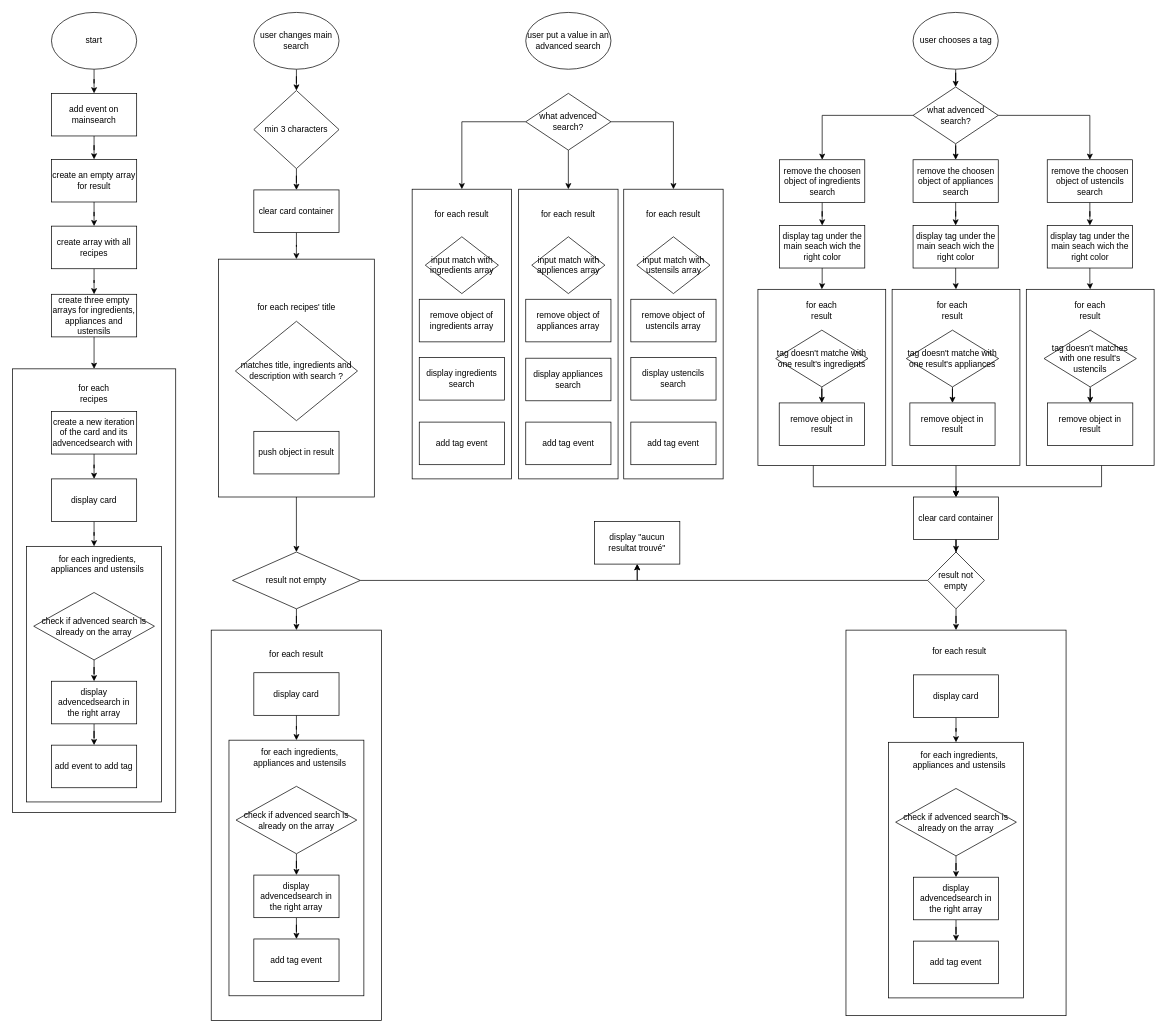
Earlier version of the draw.io diagram algorigramme boucles natives.drawio (madelineGrammatico/Les_Petits_Plats). Source tidied: cells renumbered, new cells numbered last; positions are measured from the earlier drawing's top-left corner, leaving out a move shared by most shapes. Both pictures are drawn from the tidied source at 71%, with x=0, y=0 at pixel (12, 12).
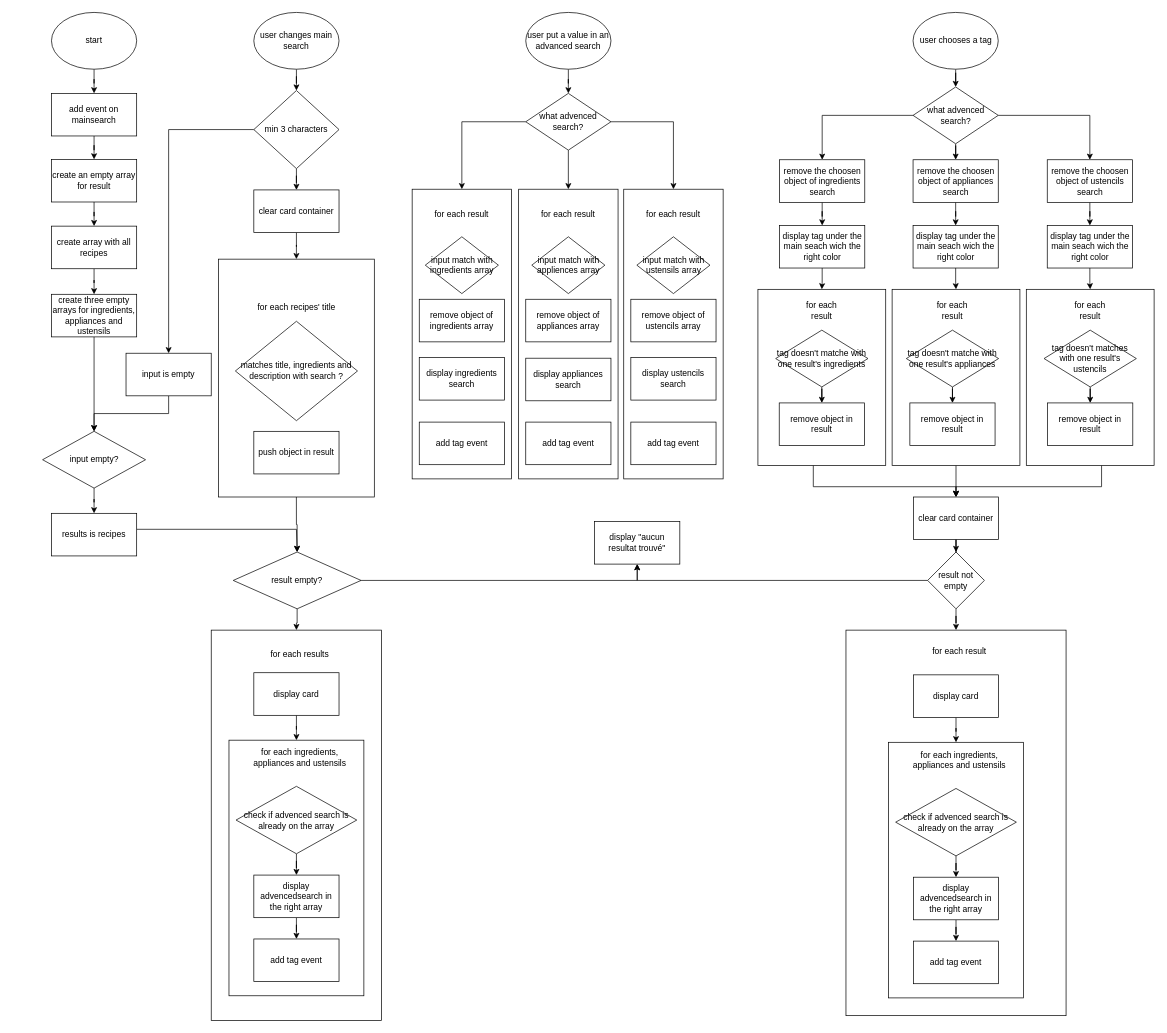
Above is the later version.

Commit message:
Mettre à jour algorigramme boucles natives.drawio

The change refers to these unchanged cells:
```xml
<mxCell id="21" value="create three empty arrays for ingredients, appliances and ustensils" style="rounded=0;whiteSpace=wrap;html=1;" parent="1" vertex="1">
  <mxGeometry x="55" y="397" width="120" height="60" as="geometry" />
</mxCell>
<mxCell id="31" value="min 3 characters" style="rhombus;whiteSpace=wrap;html=1;" parent="1" vertex="1">
  <mxGeometry x="340" y="110" width="120" height="110" as="geometry" />
</mxCell>
<mxCell id="56" value="user put a value in an advanced search" style="ellipse;whiteSpace=wrap;html=1;" parent="1" vertex="1">
  <mxGeometry x="723" width="120" height="80" as="geometry" />
</mxCell>
<mxCell id="112" value="what advenced search?" style="rhombus;whiteSpace=wrap;html=1;" parent="1" vertex="1">
  <mxGeometry x="723" y="114" width="120" height="80" as="geometry" />
</mxCell>
```

Change to the diagram source:
```diff
@@
-    <mxCell id="9" style="rounded=0;whiteSpace=wrap;html=1;" parent="1" vertex="1">
-      <mxGeometry y="502" width="230" height="625" as="geometry" />
-    </mxCell>
-    <mxCell id="10" value="for each recipes" style="text;html=1;strokeColor=none;fillColor=none;align=center;verticalAlign=middle;whiteSpace=wrap;rounded=0;" parent="1" vertex="1">
-      <mxGeometry x="75" y="522" width="80" height="30" as="geometry" />
-    </mxCell>
-    <mxCell id="11" style="edgeStyle=orthogonalEdgeStyle;rounded=0;jettySize=auto;html=1;entryX=0.5;entryY=0;entryDx=0;entryDy=0;" parent="1" edge="1" source="12" target="14">
-      <mxGeometry relative="1" as="geometry" />
-    </mxCell>
-    <mxCell id="12" value="create a new iteration of the card and its advencedsearch with&amp;nbsp; " style="rounded=0;whiteSpace=wrap;html=1;" parent="1" vertex="1">
-      <mxGeometry x="55" y="562" width="120" height="60" as="geometry" />
-    </mxCell>
-    <mxCell id="13" style="edgeStyle=orthogonalEdgeStyle;rounded=0;jettySize=auto;html=1;entryX=0.5;entryY=0;entryDx=0;entryDy=0;" parent="1" edge="1" source="14" target="15">
-      <mxGeometry relative="1" as="geometry" />
-    </mxCell>
-    <mxCell id="14" value="display card" style="rounded=0;whiteSpace=wrap;html=1;" parent="1" vertex="1">
-      <mxGeometry x="55" y="657" width="120" height="60" as="geometry" />
-    </mxCell>
-    <mxCell id="15" style="rounded=0;whiteSpace=wrap;html=1;" parent="1" vertex="1">
-      <mxGeometry x="20" y="752" width="190" height="360" as="geometry" />
-    </mxCell>
-    <mxCell id="16" style="edgeStyle=orthogonalEdgeStyle;rounded=0;jettySize=auto;html=1;" parent="1" edge="1" source="17" target="23">
-      <mxGeometry relative="1" as="geometry" />
-    </mxCell>
-    <mxCell id="17" value="display advencedsearch in the right array" style="rounded=0;whiteSpace=wrap;html=1;" parent="1" vertex="1">
-      <mxGeometry x="55" y="942" width="120" height="60" as="geometry" />
-    </mxCell>
-    <mxCell id="18" style="edgeStyle=orthogonalEdgeStyle;rounded=0;jettySize=auto;html=1;" parent="1" edge="1" source="19" target="17">
-      <mxGeometry relative="1" as="geometry" />
-    </mxCell>
-    <mxCell id="19" value="check if advenced search is already on the array" style="rhombus;whiteSpace=wrap;html=1;" parent="1" vertex="1">
-      <mxGeometry x="30" y="817" width="170" height="95" as="geometry" />
-    </mxCell>
-    <mxCell id="20" style="edgeStyle=orthogonalEdgeStyle;rounded=0;jettySize=auto;html=1;entryX=0.5;entryY=0;entryDx=0;entryDy=0;" parent="1" edge="1" source="21" target="9">
+    <mxCell id="20" style="edgeStyle=orthogonalEdgeStyle;rounded=0;jettySize=auto;html=1;" parent="1" edge="1" source="21" target="129">
       <mxGeometry relative="1" as="geometry" />
     </mxCell>
@@
-    <mxCell id="22" value="for each ingredients, appliances and ustensils" style="text;html=1;strokeColor=none;fillColor=none;align=center;verticalAlign=middle;whiteSpace=wrap;rounded=0;" parent="1" vertex="1">
-      <mxGeometry x="45" y="762" width="150" height="30" as="geometry" />
-    </mxCell>
-    <mxCell id="23" value="add event to add tag" style="rounded=0;whiteSpace=wrap;html=1;" parent="1" vertex="1">
-      <mxGeometry x="55" y="1032" width="120" height="60" as="geometry" />
-    </mxCell>
@@
+    <mxCell id="126" style="edgeStyle=orthogonalEdgeStyle;rounded=0;jettySize=auto;html=1;" parent="1" edge="1" source="31" target="133">
+      <mxGeometry relative="1" as="geometry" />
+    </mxCell>
@@
-    <mxCell id="41" value="result not empty" style="rhombus;whiteSpace=wrap;html=1;" parent="1" vertex="1">
-      <mxGeometry x="310" y="760" width="180" height="80" as="geometry" />
+    <mxCell id="41" value="result empty?" style="rhombus;whiteSpace=wrap;html=1;" parent="1" vertex="1">
+      <mxGeometry x="311" y="760" width="180" height="80" as="geometry" />
     </mxCell>
@@
-    <mxCell id="43" value="for each result" style="text;html=1;strokeColor=none;fillColor=none;align=center;verticalAlign=middle;whiteSpace=wrap;rounded=0;" parent="1" vertex="1">
-      <mxGeometry x="360" y="890" width="80" height="30" as="geometry" />
+    <mxCell id="43" value="for each results" style="text;html=1;strokeColor=none;fillColor=none;align=center;verticalAlign=middle;whiteSpace=wrap;rounded=0;" parent="1" vertex="1">
+      <mxGeometry x="360" y="890" width="90" height="30" as="geometry" />
     </mxCell>
@@
+    <mxCell id="127" style="edgeStyle=orthogonalEdgeStyle;rounded=0;jettySize=auto;html=1;entryX=0.5;entryY=0;entryDx=0;entryDy=0;" parent="1" edge="1" source="56" target="112">
+      <mxGeometry relative="1" as="geometry" />
+    </mxCell>
@@
+    <mxCell id="128" style="edgeStyle=orthogonalEdgeStyle;rounded=0;jettySize=auto;html=1;entryX=0.5;entryY=0;entryDx=0;entryDy=0;" parent="1" edge="1" source="129" target="131">
+      <mxGeometry relative="1" as="geometry" />
+    </mxCell>
+    <mxCell id="129" value="input empty?" style="rhombus;whiteSpace=wrap;html=1;" parent="1" vertex="1">
+      <mxGeometry x="42.5" y="590" width="145" height="80" as="geometry" />
+    </mxCell>
+    <mxCell id="130" style="edgeStyle=orthogonalEdgeStyle;rounded=0;jettySize=auto;html=1;entryX=0.5;entryY=0;entryDx=0;entryDy=0;" parent="1" edge="1" source="131" target="41">
+      <mxGeometry relative="1" as="geometry">
+        <Array as="points">
+          <mxPoint x="400" y="728" />
+        </Array>
+      </mxGeometry>
+    </mxCell>
+    <mxCell id="131" value="results is recipes" style="rounded=0;whiteSpace=wrap;html=1;" parent="1" vertex="1">
+      <mxGeometry x="55" y="705.5" width="120" height="60" as="geometry" />
+    </mxCell>
+    <mxCell id="132" style="edgeStyle=orthogonalEdgeStyle;rounded=0;jettySize=auto;html=1;" parent="1" edge="1" source="133" target="129">
+      <mxGeometry relative="1" as="geometry" />
+    </mxCell>
+    <mxCell id="133" value="input is empty" style="rounded=0;whiteSpace=wrap;html=1;" parent="1" vertex="1">
+      <mxGeometry x="160" y="480" width="120" height="60" as="geometry" />
+    </mxCell>
```
